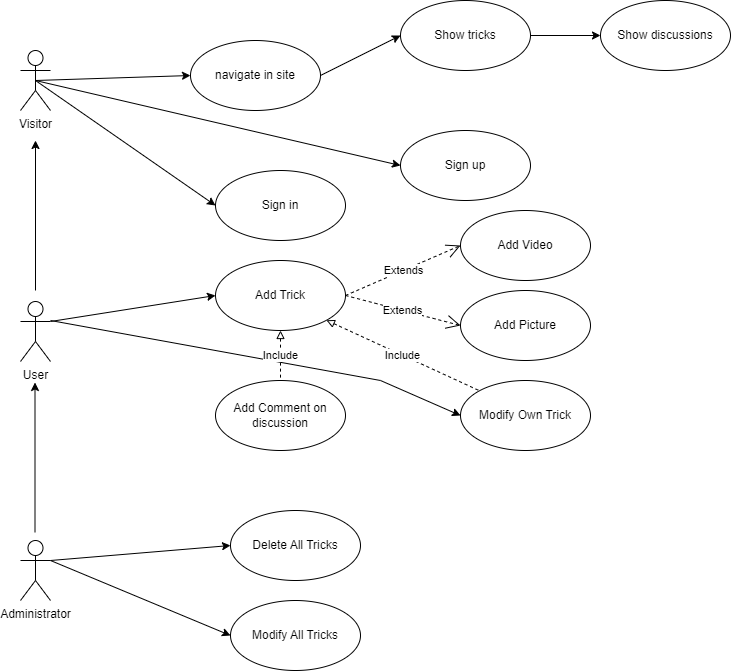
The draw.io diagram Uml-Diagrams/Use Diagram.png in D-Jerome/P6-SnowTricks, before a commit. Source tidied: cells renumbered, new cells last; positions are measured from the earlier drawing's top-left corner, leaving out a move shared by most shapes. Its diagram source:
```xml
<mxGraphModel>
  <root>
    <mxCell id="0" />
    <mxCell id="1" parent="0" />
    <mxCell id="2" value="Visitor" style="shape=umlActor;verticalLabelPosition=bottom;verticalAlign=top;html=1;" parent="1" vertex="1">
      <mxGeometry y="50" width="30" height="60" as="geometry" />
    </mxCell>
    <mxCell id="3" value="User" style="shape=umlActor;verticalLabelPosition=bottom;verticalAlign=top;html=1;" parent="1" vertex="1">
      <mxGeometry y="301" width="30" height="60" as="geometry" />
    </mxCell>
    <mxCell id="4" value="Administrator" style="shape=umlActor;verticalLabelPosition=bottom;verticalAlign=top;html=1;" parent="1" vertex="1">
      <mxGeometry y="540" width="30" height="60" as="geometry" />
    </mxCell>
    <mxCell id="5" value="navigate in site" style="ellipse;html=1;whiteSpace=wrap;" parent="1" vertex="1">
      <mxGeometry x="170" y="40" width="130" height="70" as="geometry" />
    </mxCell>
    <mxCell id="6" value="Show tricks" style="ellipse;html=1;whiteSpace=wrap;" parent="1" vertex="1">
      <mxGeometry x="380" width="130" height="70" as="geometry" />
    </mxCell>
    <mxCell id="7" value="Show discussions" style="ellipse;html=1;whiteSpace=wrap;" parent="1" vertex="1">
      <mxGeometry x="580" width="130" height="70" as="geometry" />
    </mxCell>
    <mxCell id="8" value="Sign in" style="ellipse;html=1;whiteSpace=wrap;" parent="1" vertex="1">
      <mxGeometry x="195" y="170" width="130" height="70" as="geometry" />
    </mxCell>
    <mxCell id="9" value="Sign up" style="ellipse;html=1;whiteSpace=wrap;" parent="1" vertex="1">
      <mxGeometry x="380" y="130" width="130" height="70" as="geometry" />
    </mxCell>
    <mxCell id="10" style="endArrow=classic;html=1;rounded=0;exitX=0.5;exitY=0.5;exitDx=0;exitDy=0;exitPerimeter=0;entryX=0;entryY=0.5;entryDx=0;entryDy=0;" parent="1" edge="1" source="2" target="5">
      <mxGeometry relative="1" as="geometry" />
    </mxCell>
    <mxCell id="11" style="endArrow=classic;html=1;rounded=0;exitX=1;exitY=0.5;exitDx=0;exitDy=0;entryX=0;entryY=0.5;entryDx=0;entryDy=0;" parent="1" edge="1" source="5" target="6">
      <mxGeometry relative="1" as="geometry" />
    </mxCell>
    <mxCell id="12" style="endArrow=classic;html=1;rounded=0;exitX=1;exitY=0.5;exitDx=0;exitDy=0;entryX=0;entryY=0.5;entryDx=0;entryDy=0;" parent="1" edge="1" source="6" target="7">
      <mxGeometry relative="1" as="geometry" />
    </mxCell>
    <mxCell id="13" style="endArrow=classic;html=1;rounded=0;exitX=0.5;exitY=0.5;exitDx=0;exitDy=0;exitPerimeter=0;entryX=0;entryY=0.5;entryDx=0;entryDy=0;" parent="1" edge="1" source="2" target="9">
      <mxGeometry relative="1" as="geometry" />
    </mxCell>
    <mxCell id="14" style="endArrow=classic;html=1;rounded=0;exitX=0.5;exitY=0.5;exitDx=0;exitDy=0;exitPerimeter=0;entryX=0;entryY=0.5;entryDx=0;entryDy=0;" parent="1" edge="1" source="2" target="8">
      <mxGeometry relative="1" as="geometry" />
    </mxCell>
    <mxCell id="15" style="endArrow=classic;html=1;rounded=0;" parent="1" edge="1">
      <mxGeometry relative="1" as="geometry">
        <mxPoint x="15" y="290" as="sourcePoint" />
        <mxPoint x="15" y="140" as="targetPoint" />
      </mxGeometry>
    </mxCell>
    <mxCell id="16" style="endArrow=classic;html=1;rounded=0;exitX=0.5;exitY=0;exitDx=0;exitDy=0;exitPerimeter=0;" parent="1" edge="1">
      <mxGeometry relative="1" as="geometry">
        <mxPoint x="14.5" y="532" as="sourcePoint" />
        <mxPoint x="14.5" y="382" as="targetPoint" />
      </mxGeometry>
    </mxCell>
    <mxCell id="17" value="Add Trick" style="ellipse;html=1;whiteSpace=wrap;" parent="1" vertex="1">
      <mxGeometry x="195" y="260" width="130" height="70" as="geometry" />
    </mxCell>
    <mxCell id="18" value="Modify Own Trick" style="ellipse;html=1;whiteSpace=wrap;" parent="1" vertex="1">
      <mxGeometry x="440" y="380" width="130" height="70" as="geometry" />
    </mxCell>
    <mxCell id="19" value="Add Comment on discussion" style="ellipse;html=1;whiteSpace=wrap;" parent="1" vertex="1">
      <mxGeometry x="195" y="380" width="130" height="70" as="geometry" />
    </mxCell>
    <mxCell id="20" style="endArrow=classic;html=1;rounded=0;exitX=1;exitY=0.3333333333333333;exitDx=0;exitDy=0;exitPerimeter=0;entryX=0;entryY=0.5;entryDx=0;entryDy=0;" parent="1" edge="1" source="3" target="17">
      <mxGeometry relative="1" as="geometry" />
    </mxCell>
    <mxCell id="21" style="endArrow=classic;html=1;rounded=0;entryX=0;entryY=0.5;entryDx=0;entryDy=0;" parent="1" edge="1" target="18">
      <mxGeometry relative="1" as="geometry">
        <mxPoint x="30" y="320" as="sourcePoint" />
        <Array as="points">
          <mxPoint x="360" y="380" />
        </Array>
      </mxGeometry>
    </mxCell>
    <mxCell id="22" value="Include" style="endArrow=none;endSize=16;endFill=0;html=1;rounded=0;exitX=1;exitY=1;exitDx=0;exitDy=0;entryX=0;entryY=0;entryDx=0;entryDy=0;dashed=1;startArrow=block;startFill=0;" parent="1" edge="1" source="17" target="18">
      <mxGeometry relative="1" as="geometry" />
    </mxCell>
    <mxCell id="23" value="Include" style="endArrow=none;endSize=16;endFill=0;html=1;rounded=0;exitX=0.5;exitY=1;exitDx=0;exitDy=0;startArrow=block;startFill=0;targetPerimeterSpacing=0;dashed=1;" parent="1" edge="1" source="17" target="19">
      <mxGeometry relative="1" as="geometry" />
    </mxCell>
    <mxCell id="24" value="Modify All Tricks" style="ellipse;html=1;whiteSpace=wrap;" parent="1" vertex="1">
      <mxGeometry x="210" y="600" width="130" height="70" as="geometry" />
    </mxCell>
    <mxCell id="25" value="Delete All Tricks" style="ellipse;html=1;whiteSpace=wrap;" parent="1" vertex="1">
      <mxGeometry x="210" y="510" width="130" height="70" as="geometry" />
    </mxCell>
    <mxCell id="26" style="endArrow=classic;html=1;rounded=0;exitX=1;exitY=0.3333333333333333;exitDx=0;exitDy=0;exitPerimeter=0;entryX=0;entryY=0.5;entryDx=0;entryDy=0;" parent="1" edge="1" source="4" target="24">
      <mxGeometry relative="1" as="geometry" />
    </mxCell>
    <mxCell id="27" style="endArrow=classic;html=1;rounded=0;entryX=0;entryY=0.5;entryDx=0;entryDy=0;" parent="1" edge="1" target="25">
      <mxGeometry relative="1" as="geometry">
        <mxPoint x="30" y="560" as="sourcePoint" />
      </mxGeometry>
    </mxCell>
    <mxCell id="28" value="Add Video" style="ellipse;html=1;whiteSpace=wrap;" parent="1" vertex="1">
      <mxGeometry x="440" y="210" width="130" height="70" as="geometry" />
    </mxCell>
    <mxCell id="29" value="Add Picture" style="ellipse;html=1;whiteSpace=wrap;" parent="1" vertex="1">
      <mxGeometry x="440" y="290" width="130" height="70" as="geometry" />
    </mxCell>
    <mxCell id="30" value="Extends" style="endArrow=open;endSize=12;dashed=1;html=1;rounded=0;entryX=0;entryY=0.5;entryDx=0;entryDy=0;exitX=1;exitY=0.5;exitDx=0;exitDy=0;" parent="1" edge="1" source="17" target="28">
      <mxGeometry relative="1" as="geometry" />
    </mxCell>
    <mxCell id="31" value="Extends" style="endArrow=open;endSize=12;dashed=1;html=1;rounded=0;entryX=0;entryY=0.5;entryDx=0;entryDy=0;exitX=1;exitY=0.5;exitDx=0;exitDy=0;" parent="1" edge="1" source="17" target="29">
      <mxGeometry relative="1" as="geometry" />
    </mxCell>
  </root>
</mxGraphModel>
```
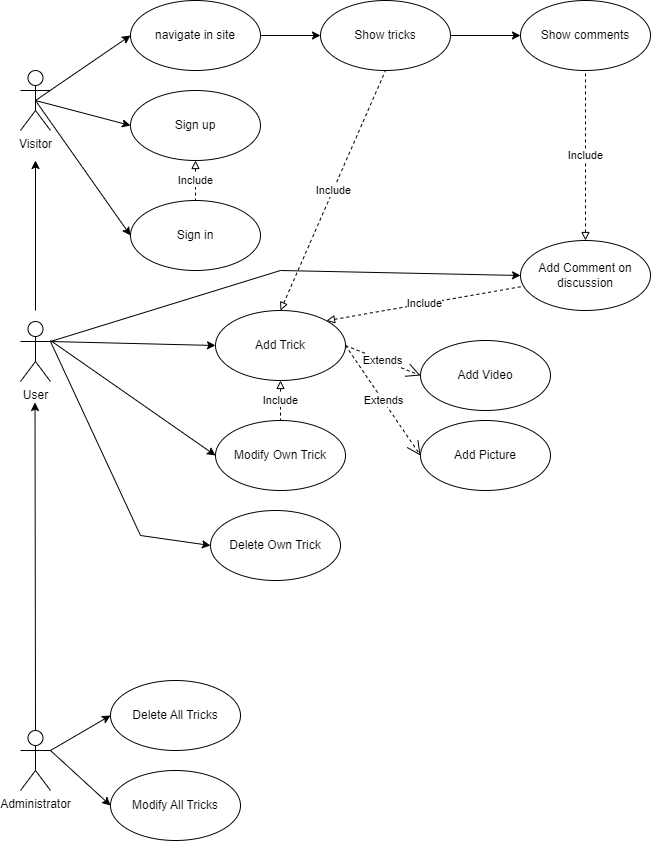
The same file after the commit.

Diff of the diagram source:
```diff
@@ -9,22 +9,22 @@
       <mxGeometry y="301" width="30" height="60" as="geometry" />
     </mxCell>
     <mxCell id="4" value="Administrator" style="shape=umlActor;verticalLabelPosition=bottom;verticalAlign=top;html=1;" parent="1" vertex="1">
-      <mxGeometry y="540" width="30" height="60" as="geometry" />
+      <mxGeometry y="710" width="30" height="60" as="geometry" />
     </mxCell>
     <mxCell id="5" value="navigate in site" style="ellipse;html=1;whiteSpace=wrap;" parent="1" vertex="1">
-      <mxGeometry x="170" y="40" width="130" height="70" as="geometry" />
+      <mxGeometry x="110" y="-20" width="130" height="70" as="geometry" />
     </mxCell>
     <mxCell id="6" value="Show tricks" style="ellipse;html=1;whiteSpace=wrap;" parent="1" vertex="1">
-      <mxGeometry x="380" width="130" height="70" as="geometry" />
+      <mxGeometry x="300" y="-20" width="130" height="70" as="geometry" />
     </mxCell>
-    <mxCell id="7" value="Show discussions" style="ellipse;html=1;whiteSpace=wrap;" parent="1" vertex="1">
-      <mxGeometry x="580" width="130" height="70" as="geometry" />
+    <mxCell id="7" value="Show comments" style="ellipse;html=1;whiteSpace=wrap;" parent="1" vertex="1">
+      <mxGeometry x="500" y="-20" width="130" height="70" as="geometry" />
     </mxCell>
     <mxCell id="8" value="Sign in" style="ellipse;html=1;whiteSpace=wrap;" parent="1" vertex="1">
-      <mxGeometry x="195" y="170" width="130" height="70" as="geometry" />
+      <mxGeometry x="110" y="180" width="130" height="70" as="geometry" />
     </mxCell>
     <mxCell id="9" value="Sign up" style="ellipse;html=1;whiteSpace=wrap;" parent="1" vertex="1">
-      <mxGeometry x="380" y="130" width="130" height="70" as="geometry" />
+      <mxGeometry x="110" y="70" width="130" height="70" as="geometry" />
     </mxCell>
     <mxCell id="10" style="endArrow=classic;html=1;rounded=0;exitX=0.5;exitY=0.5;exitDx=0;exitDy=0;exitPerimeter=0;entryX=0;entryY=0.5;entryDx=0;entryDy=0;" parent="1" edge="1" source="2" target="5">
       <mxGeometry relative="1" as="geometry" />
@@ -47,20 +47,19 @@
         <mxPoint x="15" y="140" as="targetPoint" />
       </mxGeometry>
     </mxCell>
-    <mxCell id="16" style="endArrow=classic;html=1;rounded=0;exitX=0.5;exitY=0;exitDx=0;exitDy=0;exitPerimeter=0;" parent="1" edge="1">
+    <mxCell id="16" style="endArrow=classic;html=1;rounded=0;exitX=0.5;exitY=0;exitDx=0;exitDy=0;exitPerimeter=0;" parent="1" edge="1" source="4">
       <mxGeometry relative="1" as="geometry">
-        <mxPoint x="14.5" y="532" as="sourcePoint" />
         <mxPoint x="14.5" y="382" as="targetPoint" />
       </mxGeometry>
     </mxCell>
     <mxCell id="17" value="Add Trick" style="ellipse;html=1;whiteSpace=wrap;" parent="1" vertex="1">
-      <mxGeometry x="195" y="260" width="130" height="70" as="geometry" />
+      <mxGeometry x="195" y="290" width="130" height="70" as="geometry" />
     </mxCell>
     <mxCell id="18" value="Modify Own Trick" style="ellipse;html=1;whiteSpace=wrap;" parent="1" vertex="1">
-      <mxGeometry x="440" y="380" width="130" height="70" as="geometry" />
+      <mxGeometry x="195" y="400" width="130" height="70" as="geometry" />
     </mxCell>
     <mxCell id="19" value="Add Comment on discussion" style="ellipse;html=1;whiteSpace=wrap;" parent="1" vertex="1">
-      <mxGeometry x="195" y="380" width="130" height="70" as="geometry" />
+      <mxGeometry x="500" y="220" width="130" height="70" as="geometry" />
     </mxCell>
     <mxCell id="20" style="endArrow=classic;html=1;rounded=0;exitX=1;exitY=0.3333333333333333;exitDx=0;exitDy=0;exitPerimeter=0;entryX=0;entryY=0.5;entryDx=0;entryDy=0;" parent="1" edge="1" source="3" target="17">
       <mxGeometry relative="1" as="geometry" />
@@ -68,36 +67,31 @@
     <mxCell id="21" style="endArrow=classic;html=1;rounded=0;entryX=0;entryY=0.5;entryDx=0;entryDy=0;" parent="1" edge="1" target="18">
       <mxGeometry relative="1" as="geometry">
         <mxPoint x="30" y="320" as="sourcePoint" />
-        <Array as="points">
-          <mxPoint x="360" y="380" />
-        </Array>
       </mxGeometry>
     </mxCell>
-    <mxCell id="22" value="Include" style="endArrow=none;endSize=16;endFill=0;html=1;rounded=0;exitX=1;exitY=1;exitDx=0;exitDy=0;entryX=0;entryY=0;entryDx=0;entryDy=0;dashed=1;startArrow=block;startFill=0;" parent="1" edge="1" source="17" target="18">
+    <mxCell id="22" value="Include" style="endArrow=none;endSize=16;endFill=0;html=1;rounded=0;exitX=0.5;exitY=1;exitDx=0;exitDy=0;entryX=0.5;entryY=0;entryDx=0;entryDy=0;dashed=1;startArrow=block;startFill=0;" parent="1" edge="1" source="17" target="18">
       <mxGeometry relative="1" as="geometry" />
     </mxCell>
-    <mxCell id="23" value="Include" style="endArrow=none;endSize=16;endFill=0;html=1;rounded=0;exitX=0.5;exitY=1;exitDx=0;exitDy=0;startArrow=block;startFill=0;targetPerimeterSpacing=0;dashed=1;" parent="1" edge="1" source="17" target="19">
+    <mxCell id="23" value="Include" style="endArrow=none;endSize=16;endFill=0;html=1;rounded=0;exitX=1;exitY=0;exitDx=0;exitDy=0;startArrow=block;startFill=0;targetPerimeterSpacing=0;dashed=1;" parent="1" edge="1" source="17" target="19">
       <mxGeometry relative="1" as="geometry" />
     </mxCell>
     <mxCell id="24" value="Modify All Tricks" style="ellipse;html=1;whiteSpace=wrap;" parent="1" vertex="1">
-      <mxGeometry x="210" y="600" width="130" height="70" as="geometry" />
+      <mxGeometry x="90" y="750" width="130" height="70" as="geometry" />
     </mxCell>
     <mxCell id="25" value="Delete All Tricks" style="ellipse;html=1;whiteSpace=wrap;" parent="1" vertex="1">
-      <mxGeometry x="210" y="510" width="130" height="70" as="geometry" />
+      <mxGeometry x="90" y="660" width="130" height="70" as="geometry" />
     </mxCell>
     <mxCell id="26" style="endArrow=classic;html=1;rounded=0;exitX=1;exitY=0.3333333333333333;exitDx=0;exitDy=0;exitPerimeter=0;entryX=0;entryY=0.5;entryDx=0;entryDy=0;" parent="1" edge="1" source="4" target="24">
       <mxGeometry relative="1" as="geometry" />
     </mxCell>
-    <mxCell id="27" style="endArrow=classic;html=1;rounded=0;entryX=0;entryY=0.5;entryDx=0;entryDy=0;" parent="1" edge="1" target="25">
-      <mxGeometry relative="1" as="geometry">
-        <mxPoint x="30" y="560" as="sourcePoint" />
-      </mxGeometry>
+    <mxCell id="27" style="endArrow=classic;html=1;rounded=0;entryX=0;entryY=0.5;entryDx=0;entryDy=0;exitX=1;exitY=0.3333333333333333;exitDx=0;exitDy=0;exitPerimeter=0;" parent="1" edge="1" source="4" target="25">
+      <mxGeometry relative="1" as="geometry" />
     </mxCell>
     <mxCell id="28" value="Add Video" style="ellipse;html=1;whiteSpace=wrap;" parent="1" vertex="1">
-      <mxGeometry x="440" y="210" width="130" height="70" as="geometry" />
+      <mxGeometry x="400" y="320" width="130" height="70" as="geometry" />
     </mxCell>
     <mxCell id="29" value="Add Picture" style="ellipse;html=1;whiteSpace=wrap;" parent="1" vertex="1">
-      <mxGeometry x="440" y="290" width="130" height="70" as="geometry" />
+      <mxGeometry x="400" y="400" width="130" height="70" as="geometry" />
     </mxCell>
     <mxCell id="30" value="Extends" style="endArrow=open;endSize=12;dashed=1;html=1;rounded=0;entryX=0;entryY=0.5;entryDx=0;entryDy=0;exitX=1;exitY=0.5;exitDx=0;exitDy=0;" parent="1" edge="1" source="17" target="28">
       <mxGeometry relative="1" as="geometry" />
@@ -105,5 +99,31 @@
     <mxCell id="31" value="Extends" style="endArrow=open;endSize=12;dashed=1;html=1;rounded=0;entryX=0;entryY=0.5;entryDx=0;entryDy=0;exitX=1;exitY=0.5;exitDx=0;exitDy=0;" parent="1" edge="1" source="17" target="29">
       <mxGeometry relative="1" as="geometry" />
     </mxCell>
+    <mxCell id="32" value="Include" style="endArrow=none;endSize=16;endFill=0;html=1;rounded=0;startArrow=block;startFill=0;targetPerimeterSpacing=0;dashed=1;entryX=0.5;entryY=0;entryDx=0;entryDy=0;exitX=0.5;exitY=1;exitDx=0;exitDy=0;" parent="1" edge="1" source="9" target="8">
+      <mxGeometry relative="1" as="geometry" />
+    </mxCell>
+    <mxCell id="33" value="Include" style="endArrow=none;endSize=16;endFill=0;html=1;rounded=0;exitX=0.5;exitY=0;exitDx=0;exitDy=0;startArrow=block;startFill=0;targetPerimeterSpacing=0;dashed=1;entryX=0.5;entryY=1;entryDx=0;entryDy=0;" parent="1" edge="1" source="17" target="6">
+      <mxGeometry relative="1" as="geometry" />
+    </mxCell>
+    <mxCell id="34" style="endArrow=classic;html=1;rounded=0;exitX=1;exitY=0.3333333333333333;exitDx=0;exitDy=0;exitPerimeter=0;entryX=0;entryY=0.5;entryDx=0;entryDy=0;" parent="1" edge="1" source="3" target="19">
+      <mxGeometry relative="1" as="geometry">
+        <Array as="points">
+          <mxPoint x="260" y="250" />
+        </Array>
+      </mxGeometry>
+    </mxCell>
+    <mxCell id="35" value="Include" style="endArrow=none;endSize=16;endFill=0;html=1;rounded=0;exitX=0.5;exitY=0;exitDx=0;exitDy=0;startArrow=block;startFill=0;targetPerimeterSpacing=0;dashed=1;entryX=0.5;entryY=1;entryDx=0;entryDy=0;" parent="1" edge="1" source="19" target="7">
+      <mxGeometry relative="1" as="geometry" />
+    </mxCell>
+    <mxCell id="36" value="Delete Own Trick" style="ellipse;html=1;whiteSpace=wrap;" parent="1" vertex="1">
+      <mxGeometry x="190" y="490" width="130" height="70" as="geometry" />
+    </mxCell>
+    <mxCell id="37" style="endArrow=classic;html=1;rounded=0;entryX=0;entryY=0.5;entryDx=0;entryDy=0;exitX=1;exitY=0.3333333333333333;exitDx=0;exitDy=0;exitPerimeter=0;" parent="1" edge="1" source="3" target="36">
+      <mxGeometry relative="1" as="geometry">
+        <Array as="points">
+          <mxPoint x="120" y="515" />
+        </Array>
+      </mxGeometry>
+    </mxCell>
   </root>
 </mxGraphModel>
```
